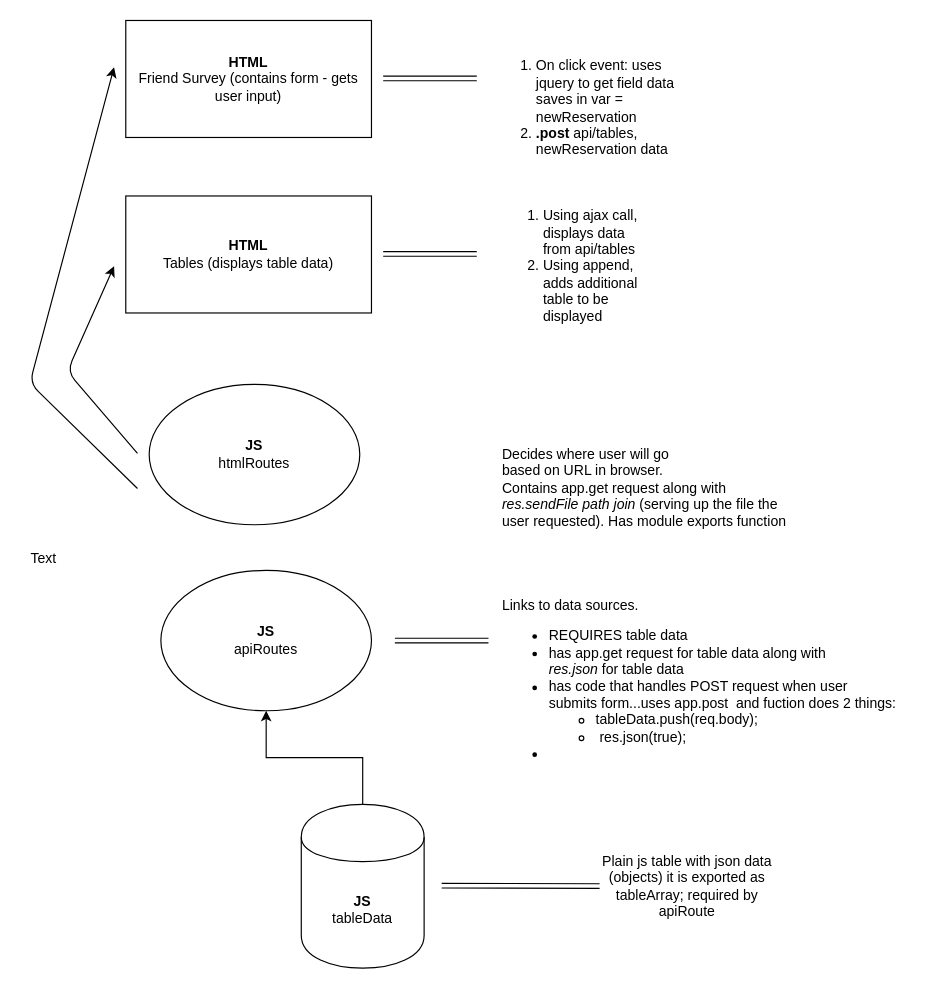
Above: Friend Finder.drawio in tsaraya29/finder (draw.io), before the change. Source tidied: cells renumbered, new cells numbered last; positions are measured from the earlier drawing's top-left corner, leaving out a move shared by most shapes. Both pictures are drawn from the tidied source at 117%, with x=0, y=0 at pixel (20, 20).
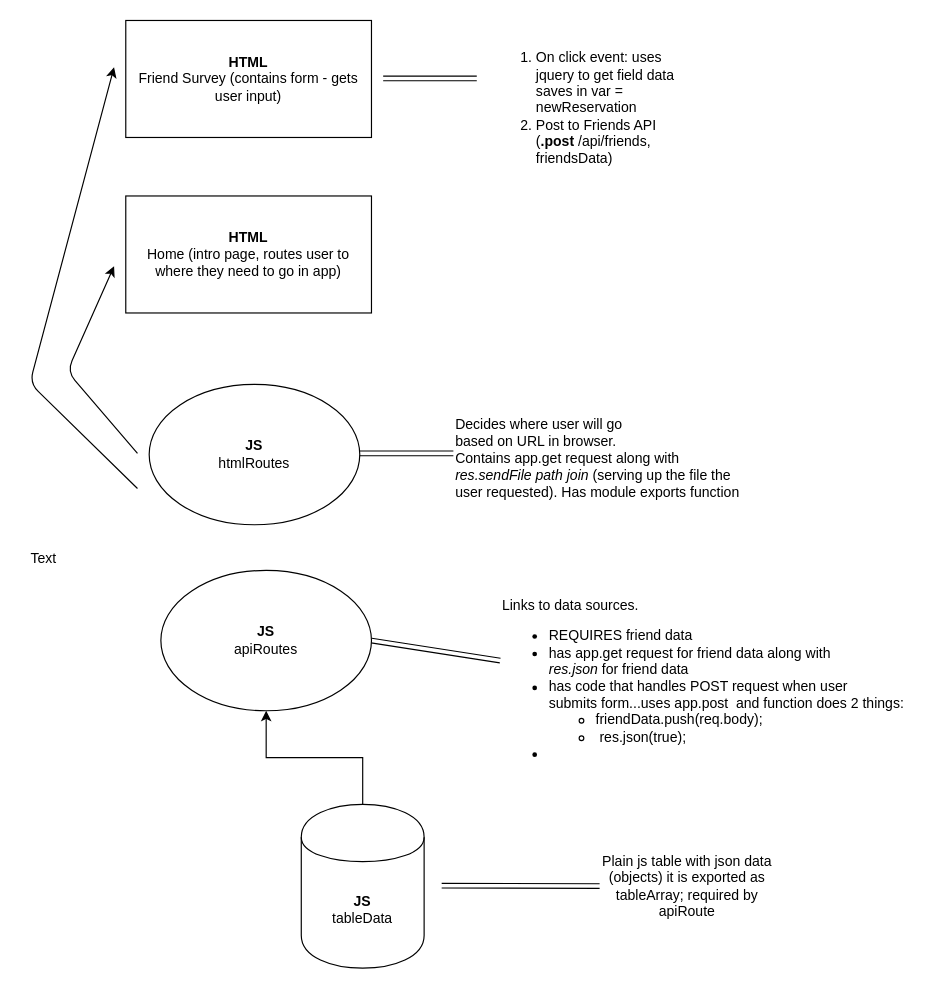
The same page after the edit.

The change refers to these unchanged cells:
```xml
<mxCell id="14" value="&lt;b&gt;JS&lt;/b&gt;&lt;br&gt;apiRoutes&lt;br&gt;" style="ellipse;whiteSpace=wrap;html=1;" parent="1" vertex="1">
  <mxGeometry x="120" y="470" width="180" height="120" as="geometry" />
</mxCell>
```

What changed in the source:
```diff
@@
-    <mxCell id="4" value="&lt;ol&gt;&lt;li style=&quot;text-align: left&quot;&gt;On click event: uses jquery to get field data saves in var = newReservation&lt;/li&gt;&lt;li style=&quot;text-align: left&quot;&gt;&lt;b&gt;.post &lt;/b&gt;api/tables, newReservation data&lt;/li&gt;&lt;/ol&gt;" style="text;html=1;strokeColor=none;fillColor=none;align=center;verticalAlign=middle;whiteSpace=wrap;rounded=0;" parent="1" vertex="1">
+    <mxCell id="4" value="&lt;ol&gt;&lt;li style=&quot;text-align: left&quot;&gt;On click event: uses jquery to get field data saves in var = newReservation&lt;/li&gt;&lt;li style=&quot;text-align: left&quot;&gt;Post to Friends API (&lt;b&gt;.post&amp;nbsp;&lt;/b&gt;/api/friends, friendsData)&lt;/li&gt;&lt;/ol&gt;" style="text;html=1;strokeColor=none;fillColor=none;align=center;verticalAlign=middle;whiteSpace=wrap;rounded=0;" parent="1" vertex="1">
       <mxGeometry x="400" y="10" width="180" height="130" as="geometry" />
     </mxCell>
-    <mxCell id="5" value="&lt;b&gt;HTML&lt;br&gt;&lt;/b&gt;Tables (displays table data)" style="rounded=0;whiteSpace=wrap;html=1;" parent="1" vertex="1">
+    <mxCell id="5" value="&lt;b&gt;HTML&lt;br&gt;&lt;/b&gt;Home (intro page, routes user to where they need to go in app)" style="rounded=0;whiteSpace=wrap;html=1;" parent="1" vertex="1">
       <mxGeometry x="90" y="150" width="210" height="100" as="geometry" />
     </mxCell>
-    <mxCell id="6" style="shape=link;html=1;" parent="1" edge="1">
-      <mxGeometry relative="1" as="geometry">
-        <mxPoint x="310" y="199.5" as="sourcePoint" />
-        <mxPoint x="390" y="199.5" as="targetPoint" />
-      </mxGeometry>
-    </mxCell>
-    <mxCell id="7" value="&lt;div style=&quot;text-align: left&quot;&gt;&lt;ol&gt;&lt;li&gt;&lt;span&gt;Using ajax call, displays data from api/tables&lt;/span&gt;&lt;/li&gt;&lt;li&gt;&lt;span&gt;Using append, adds additional table to be displayed&amp;nbsp;&lt;/span&gt;&lt;/li&gt;&lt;/ol&gt;&lt;/div&gt;" style="text;html=1;strokeColor=none;fillColor=none;align=center;verticalAlign=middle;whiteSpace=wrap;rounded=0;" parent="1" vertex="1">
-      <mxGeometry x="406" y="170" width="130" height="80" as="geometry" />
-    </mxCell>
@@
-    <mxCell id="11" style="shape=link;html=1;" parent="1" edge="1">
-      <mxGeometry relative="1" as="geometry">
-        <mxPoint x="320" y="530" as="sourcePoint" />
-        <mxPoint x="400" y="530" as="targetPoint" />
-      </mxGeometry>
+    <mxCell id="11" style="shape=link;html=1;exitX=1;exitY=0.5;exitDx=0;exitDy=0;" parent="1" edge="1" source="14" target="15">
+      <mxGeometry relative="1" as="geometry" />
     </mxCell>
@@
     <mxCell id="13" value="Decides where user will go&lt;br&gt;based on URL in browser.&lt;br&gt;Contains app.get request along with&amp;nbsp;&lt;br&gt;&lt;i&gt;res.sendFile path join&lt;/i&gt;&amp;nbsp;(serving up the file the&amp;nbsp;&lt;br&gt;user requested). Has module exports function&lt;br&gt;" style="text;html=1;align=left;verticalAlign=top;spacingTop=-4;" parent="1" vertex="1">
-      <mxGeometry x="410" y="361" width="260" height="70" as="geometry" />
+      <mxGeometry x="370" y="336" width="260" height="70" as="geometry" />
     </mxCell>
@@
-    <mxCell id="15" value="Links to data sources. &lt;br&gt;&lt;ul&gt;&lt;li&gt;REQUIRES table data&lt;/li&gt;&lt;li&gt;has app.get request for table data along with&lt;br&gt;&lt;i&gt;res.json &lt;/i&gt;for table data&lt;/li&gt;&lt;li&gt;has code that handles POST request when user&lt;br&gt;submits form...uses app.post&amp;nbsp; and fuction does 2 things:&lt;/li&gt;&lt;ul&gt;&lt;li&gt;&lt;span&gt;tableData.push(req.body);&lt;/span&gt;&lt;/li&gt;&lt;li&gt;&lt;span&gt;&amp;nbsp;res.json(true);&lt;/span&gt;&lt;/li&gt;&lt;/ul&gt;&lt;li&gt;&lt;br&gt;&lt;/li&gt;&lt;/ul&gt;&lt;ul&gt;&lt;/ul&gt;&lt;br&gt;" style="text;html=1;points=[];align=left;verticalAlign=top;spacingTop=-4;" parent="1" vertex="1">
-      <mxGeometry x="410" y="490" width="350" height="170" as="geometry" />
+    <mxCell id="15" value="Links to data sources. &lt;br&gt;&lt;ul&gt;&lt;li&gt;REQUIRES friend data&lt;/li&gt;&lt;li&gt;has app.get request for friend data along with&lt;br&gt;&lt;i&gt;res.json &lt;/i&gt;for friend data&lt;/li&gt;&lt;li&gt;has code that handles POST request when user&lt;br&gt;submits form...uses app.post&amp;nbsp; and function does 2 things:&lt;/li&gt;&lt;ul&gt;&lt;li&gt;&lt;span&gt;friendData.push(req.body);&lt;/span&gt;&lt;/li&gt;&lt;li&gt;&lt;span&gt;&amp;nbsp;res.json(true);&lt;/span&gt;&lt;/li&gt;&lt;/ul&gt;&lt;li&gt;&lt;br&gt;&lt;/li&gt;&lt;/ul&gt;&lt;ul&gt;&lt;/ul&gt;&lt;br&gt;" style="text;html=1;points=[];align=left;verticalAlign=top;spacingTop=-4;" parent="1" vertex="1">
+      <mxGeometry x="410" y="490" width="360" height="170" as="geometry" />
     </mxCell>
@@
+    <mxCell id="20" style="shape=link;html=1;" parent="1" edge="1">
+      <mxGeometry relative="1" as="geometry">
+        <mxPoint x="290" y="370" as="sourcePoint" />
+        <mxPoint x="370" y="370" as="targetPoint" />
+      </mxGeometry>
+    </mxCell>
```
